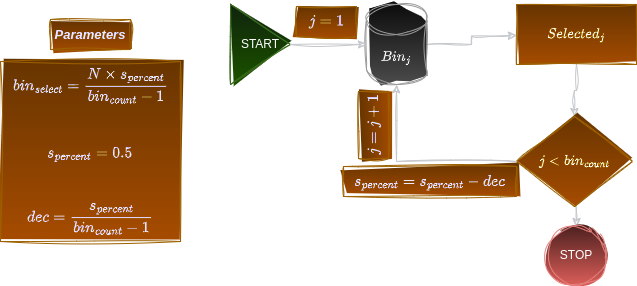
Before: assets/img/td_step4.png, a diagram exported from draw.io (acharaakshit/acharaakshit.github.io). Source tidied: cells renumbered, new cells last; positions are measured from the earlier drawing's top-left corner, leaving out a move shared by most shapes.
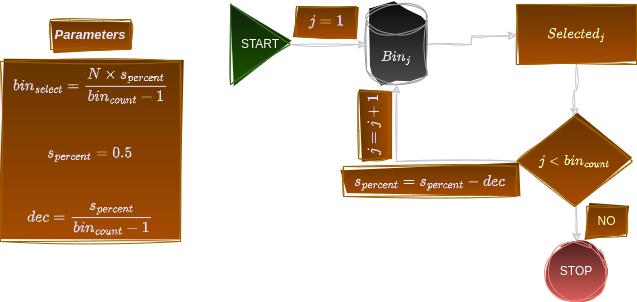
Later version of the same file.

Diff of the diagram source:
```diff
@@ -31,10 +31,8 @@
     <mxCell id="10" value="$$Selected_j$$" style="rounded=0;whiteSpace=wrap;html=1;strokeColor=#d79b00;fillColor=#ffcd28;sketch=1;curveFitting=1;jiggle=2;gradientColor=#ffa500;" parent="1" vertex="1">
       <mxGeometry x="516" width="120" height="60" as="geometry" />
     </mxCell>
-    <mxCell id="11" style="edgeStyle=orthogonalEdgeStyle;rounded=0;jettySize=auto;html=1;exitX=0.5;exitY=1;exitDx=0;exitDy=0;strokeColor=#36393d;fontColor=#46495D;fillColor=#cdeb8b;sketch=1;curveFitting=1;jiggle=2;" parent="1" edge="1" source="12">
-      <mxGeometry relative="1" as="geometry">
-        <mxPoint x="576" y="222" as="targetPoint" />
-      </mxGeometry>
+    <mxCell id="11" style="edgeStyle=orthogonalEdgeStyle;rounded=0;jettySize=auto;html=1;exitX=0.5;exitY=1;exitDx=0;exitDy=0;strokeColor=#36393d;fontColor=#46495D;fillColor=#cdeb8b;sketch=1;curveFitting=1;jiggle=2;entryX=0.5;entryY=0;entryDx=0;entryDy=0;" parent="1" edge="1" source="12" target="14">
+      <mxGeometry relative="1" as="geometry" />
     </mxCell>
     <mxCell id="12" value="$$j &amp;lt; bin_{count}$$" style="rhombus;whiteSpace=wrap;html=1;strokeColor=#d79b00;fillColor=#ffcd28;sketch=1;curveFitting=1;jiggle=2;gradientColor=#ffa500;" parent="1" vertex="1">
       <mxGeometry x="516" y="112" width="116" height="90" as="geometry" />
@@ -43,7 +41,7 @@
       <mxGeometry relative="1" as="geometry" />
     </mxCell>
     <mxCell id="14" value="STOP" style="ellipse;whiteSpace=wrap;html=1;strokeColor=#b85450;fillColor=#f8cecc;sketch=1;curveFitting=1;jiggle=2;gradientColor=#ea6b66;" parent="1" vertex="1">
-      <mxGeometry x="546" y="221" width="60" height="60" as="geometry" />
+      <mxGeometry x="546" y="237" width="60" height="60" as="geometry" />
     </mxCell>
     <mxCell id="15" value="&lt;b&gt;&lt;i&gt;&lt;font color=&quot;#000099&quot; style=&quot;font-size: 13px;&quot;&gt;Parameters&lt;/font&gt;&lt;/i&gt;&lt;/b&gt;" style="text;html=1;strokeColor=#d79b00;fillColor=#ffcd28;align=center;verticalAlign=middle;whiteSpace=wrap;rounded=0;shadow=0;sketch=1;curveFitting=1;jiggle=2;gradientColor=#ffa500;" parent="1" vertex="1">
       <mxGeometry x="50" y="15" width="80" height="30" as="geometry" />
@@ -51,5 +49,8 @@
     <mxCell id="16" value="&lt;b&gt;&lt;i&gt;&lt;font color=&quot;#000099&quot; style=&quot;font-size: 13px;&quot;&gt;$$j = j + 1$$&lt;/font&gt;&lt;/i&gt;&lt;/b&gt;" style="text;html=1;strokeColor=#d79b00;fillColor=#ffcd28;align=center;verticalAlign=middle;whiteSpace=wrap;rounded=0;rotation=-90;sketch=1;curveFitting=1;jiggle=2;gradientColor=#ffa500;" parent="1" vertex="1">
       <mxGeometry x="339.5" y="105.5" width="67" height="30" as="geometry" />
     </mxCell>
+    <mxCell id="17" value="NO" style="text;html=1;align=center;verticalAlign=middle;strokeColor=#d79b00;fillColor=#ffcd28;gradientColor=#ffa500;sketch=1;curveFitting=1;jiggle=2;" parent="1" vertex="1">
+      <mxGeometry x="586" y="202" width="40" height="30" as="geometry" />
+    </mxCell>
   </root>
 </mxGraphModel>
```
